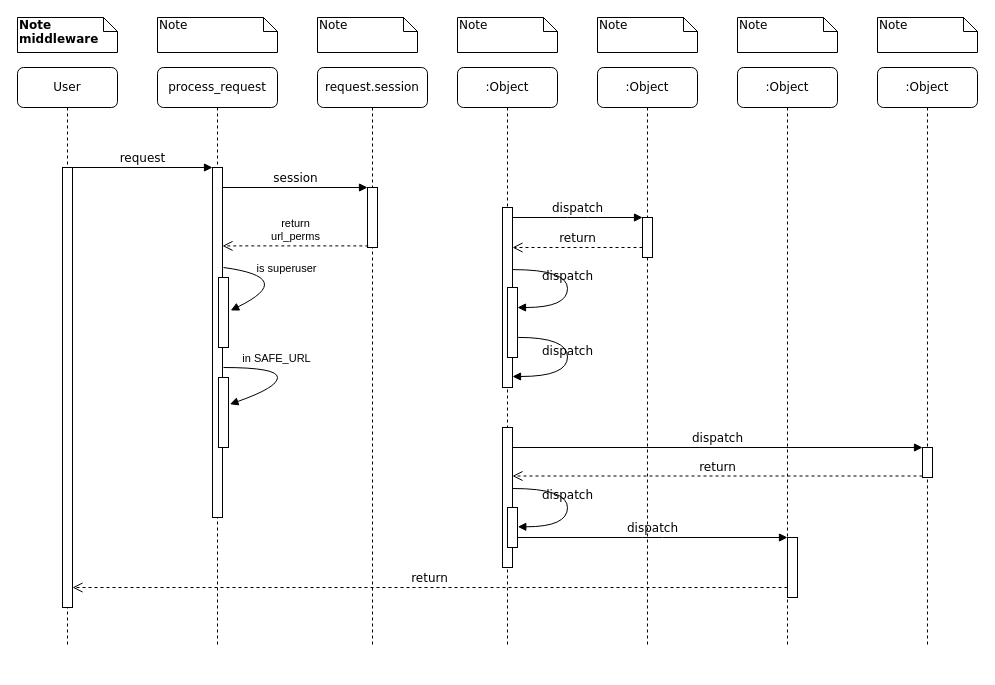
The draw.io diagram HIS-RBAC-Middleware.drawio in YuanchenZhu2020/DrawIO, before the edit. Source tidied: cells renumbered, new cells numbered last; positions are measured from the earlier drawing's top-left corner, leaving out a move shared by most shapes. Both pictures are drawn from the tidied source at 100%, with x=0, y=0 at pixel (17, 17).
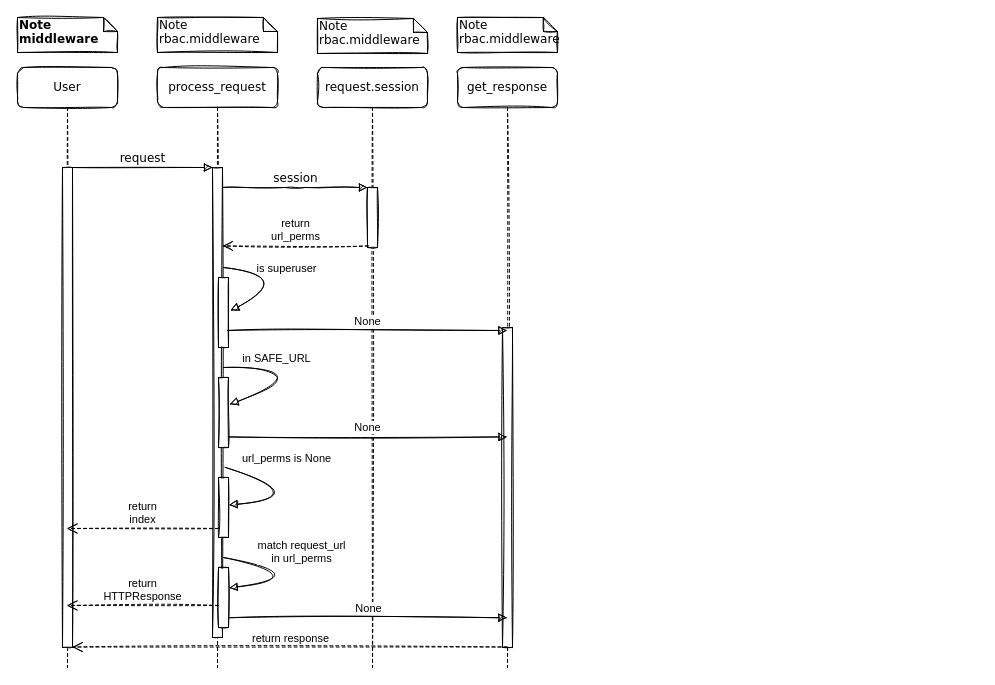
The same diagram, later.

Diff of the diagram source:
```diff
@@
-    <mxCell id="2" value="process_request" style="shape=umlLifeline;perimeter=lifelinePerimeter;whiteSpace=wrap;html=1;rounded=1;shadow=0;comic=0;labelBackgroundColor=none;strokeWidth=1;fontFamily=Verdana;fontSize=12;align=center;" parent="1" vertex="1">
-      <mxGeometry x="140" y="50" width="120" height="580" as="geometry" />
+    <mxCell id="2" value="process_request" style="shape=umlLifeline;perimeter=lifelinePerimeter;whiteSpace=wrap;html=1;rounded=1;shadow=0;comic=0;labelBackgroundColor=none;strokeWidth=1;fontFamily=Verdana;fontSize=12;align=center;sketch=1;" parent="1" vertex="1">
+      <mxGeometry x="140" y="50" width="120" height="600" as="geometry" />
     </mxCell>
-    <mxCell id="3" style="html=1;points=[];perimeter=orthogonalPerimeter;rounded=0;shadow=0;comic=0;labelBackgroundColor=none;strokeWidth=1;fontFamily=Verdana;fontSize=12;align=center;" parent="2" vertex="1">
-      <mxGeometry x="55" y="100" width="10" height="350" as="geometry" />
+    <mxCell id="3" style="html=1;points=[];perimeter=orthogonalPerimeter;rounded=0;shadow=0;comic=0;labelBackgroundColor=none;strokeWidth=1;fontFamily=Verdana;fontSize=12;align=center;sketch=1;" parent="2" vertex="1">
+      <mxGeometry x="55" y="100" width="10" height="470" as="geometry" />
     </mxCell>
-    <mxCell id="4" style="html=1;points=[];perimeter=orthogonalPerimeter;" parent="2" vertex="1">
+    <mxCell id="4" style="html=1;points=[];perimeter=orthogonalPerimeter;sketch=1;" parent="2" vertex="1">
       <mxGeometry x="61" y="210" width="10" height="70" as="geometry" />
     </mxCell>
-    <mxCell id="5" value="is superuser" style="html=1;verticalAlign=bottom;endArrow=block;entryX=1.22;entryY=0.471;entryDx=0;entryDy=0;entryPerimeter=0;curved=1;" parent="2" edge="1" target="4">
+    <mxCell id="5" value="is superuser" style="html=1;verticalAlign=bottom;endArrow=block;entryX=1.22;entryY=0.471;entryDx=0;entryDy=0;entryPerimeter=0;curved=1;sketch=1;" parent="2" edge="1" target="4">
       <mxGeometry x="-0.14" y="-1" relative="1" as="geometry">
         <mxPoint x="66" y="200" as="sourcePoint" />
         <Array as="points">
           <mxPoint x="140" y="210" />
         </Array>
       </mxGeometry>
     </mxCell>
-    <mxCell id="6" style="html=1;points=[];perimeter=orthogonalPerimeter;" parent="2" vertex="1">
+    <mxCell id="6" style="html=1;points=[];perimeter=orthogonalPerimeter;sketch=1;" parent="2" vertex="1">
       <mxGeometry x="61" y="310" width="10" height="70" as="geometry" />
     </mxCell>
-    <mxCell id="7" value="in SAFE_URL" style="html=1;verticalAlign=bottom;endArrow=block;curved=1;entryX=1.14;entryY=0.382;entryDx=0;entryDy=0;entryPerimeter=0;" parent="2" edge="1" target="6">
+    <mxCell id="7" value="in SAFE_URL" style="html=1;verticalAlign=bottom;endArrow=block;curved=1;entryX=1.14;entryY=0.382;entryDx=0;entryDy=0;entryPerimeter=0;sketch=1;" parent="2" edge="1" target="6">
       <mxGeometry x="-0.15" relative="1" as="geometry">
         <mxPoint x="66" y="300" as="sourcePoint" />
         <Array as="points">
           <mxPoint x="120" y="300" />
           <mxPoint x="120" y="320" />
         </Array>
       </mxGeometry>
     </mxCell>
+    <mxCell id="42" style="html=1;points=[];perimeter=orthogonalPerimeter;sketch=1;" parent="2" vertex="1">
+      <mxGeometry x="61" y="410" width="10" height="60" as="geometry" />
+    </mxCell>
+    <mxCell id="43" value="url_perms is None" style="html=1;verticalAlign=bottom;startArrow=none;startFill=0;endArrow=block;startSize=8;entryX=1.06;entryY=0.457;entryDx=0;entryDy=0;entryPerimeter=0;curved=1;exitX=1.26;exitY=0.638;exitDx=0;exitDy=0;exitPerimeter=0;sketch=1;" parent="2" edge="1" source="3" target="42">
+      <mxGeometry x="-0.38" y="19" relative="1" as="geometry">
+        <Array as="points">
+          <mxPoint x="160" y="430" />
+        </Array>
+      </mxGeometry>
+    </mxCell>
+    <mxCell id="44" style="html=1;points=[];perimeter=orthogonalPerimeter;sketch=1;" parent="2" vertex="1">
+      <mxGeometry x="61" y="500" width="10" height="60" as="geometry" />
+    </mxCell>
+    <mxCell id="45" value="match request_url&lt;br&gt;in url_perms" style="html=1;verticalAlign=bottom;endArrow=block;curved=1;entryX=1.06;entryY=0.338;entryDx=0;entryDy=0;entryPerimeter=0;sketch=1;" parent="2" edge="1" target="44">
+      <mxGeometry x="-0.16" y="6" relative="1" as="geometry">
+        <mxPoint x="66" y="490" as="sourcePoint" />
+        <Array as="points">
+          <mxPoint x="160" y="510" />
+        </Array>
+      </mxGeometry>
+    </mxCell>
-    <mxCell id="8" value="request.session" style="shape=umlLifeline;perimeter=lifelinePerimeter;whiteSpace=wrap;html=1;rounded=1;shadow=0;comic=0;labelBackgroundColor=none;strokeWidth=1;fontFamily=Verdana;fontSize=12;align=center;" parent="1" vertex="1">
-      <mxGeometry x="300" y="50" width="110" height="580" as="geometry" />
+    <mxCell id="8" value="request.session" style="shape=umlLifeline;perimeter=lifelinePerimeter;whiteSpace=wrap;html=1;rounded=1;shadow=0;comic=0;labelBackgroundColor=none;strokeWidth=1;fontFamily=Verdana;fontSize=12;align=center;sketch=1;" parent="1" vertex="1">
+      <mxGeometry x="300" y="50" width="110" height="600" as="geometry" />
     </mxCell>
-    <mxCell id="9" style="html=1;points=[];perimeter=orthogonalPerimeter;rounded=0;shadow=0;comic=0;labelBackgroundColor=none;strokeWidth=1;fontFamily=Verdana;fontSize=12;align=center;" parent="8" vertex="1">
+    <mxCell id="9" style="html=1;points=[];perimeter=orthogonalPerimeter;rounded=0;shadow=0;comic=0;labelBackgroundColor=none;strokeWidth=1;fontFamily=Verdana;fontSize=12;align=center;sketch=1;" parent="8" vertex="1">
       <mxGeometry x="50" y="120" width="10" height="60" as="geometry" />
     </mxCell>
-    <mxCell id="10" value=":Object" style="shape=umlLifeline;perimeter=lifelinePerimeter;whiteSpace=wrap;html=1;outlineConnect=0;rounded=1;shadow=0;comic=0;labelBackgroundColor=none;strokeWidth=1;fontFamily=Verdana;fontSize=12;align=center;" parent="1" vertex="1">
-      <mxGeometry x="440" y="50" width="100" height="580" as="geometry" />
+    <mxCell id="10" value="get_response" style="shape=umlLifeline;perimeter=lifelinePerimeter;whiteSpace=wrap;html=1;outlineConnect=0;rounded=1;shadow=0;comic=0;labelBackgroundColor=none;strokeWidth=1;fontFamily=Verdana;fontSize=12;align=center;sketch=1;" parent="1" vertex="1">
+      <mxGeometry x="440" y="50" width="100" height="600" as="geometry" />
     </mxCell>
-    <mxCell id="11" value=":Object" style="shape=umlLifeline;perimeter=lifelinePerimeter;whiteSpace=wrap;html=1;rounded=1;shadow=0;comic=0;labelBackgroundColor=none;strokeWidth=1;fontFamily=Verdana;fontSize=12;align=center;" parent="1" vertex="1">
-      <mxGeometry x="580" y="50" width="100" height="580" as="geometry" />
-    </mxCell>
-    <mxCell id="12" value=":Object" style="shape=umlLifeline;perimeter=lifelinePerimeter;whiteSpace=wrap;html=1;rounded=1;shadow=0;comic=0;labelBackgroundColor=none;strokeWidth=1;fontFamily=Verdana;fontSize=12;align=center;" parent="1" vertex="1">
-      <mxGeometry x="720" y="50" width="100" height="580" as="geometry" />
-    </mxCell>
-    <mxCell id="13" value=":Object" style="shape=umlLifeline;perimeter=lifelinePerimeter;whiteSpace=wrap;html=1;rounded=1;shadow=0;comic=0;labelBackgroundColor=none;strokeWidth=1;fontFamily=Verdana;fontSize=12;align=center;" parent="1" vertex="1">
-      <mxGeometry x="860" y="50" width="100" height="580" as="geometry" />
-    </mxCell>
-    <mxCell id="14" value="User" style="shape=umlLifeline;perimeter=lifelinePerimeter;whiteSpace=wrap;html=1;outlineConnect=0;rounded=1;shadow=0;comic=0;labelBackgroundColor=none;strokeWidth=1;fontFamily=Verdana;fontSize=12;align=center;" parent="1" vertex="1">
-      <mxGeometry y="50" width="100" height="580" as="geometry" />
+    <mxCell id="14" value="User" style="shape=umlLifeline;perimeter=lifelinePerimeter;whiteSpace=wrap;html=1;outlineConnect=0;rounded=1;shadow=0;comic=0;labelBackgroundColor=none;strokeWidth=1;fontFamily=Verdana;fontSize=12;align=center;sketch=1;" parent="1" vertex="1">
+      <mxGeometry y="50" width="100" height="600" as="geometry" />
     </mxCell>
-    <mxCell id="15" style="html=1;points=[];perimeter=orthogonalPerimeter;rounded=0;shadow=0;comic=0;labelBackgroundColor=none;strokeWidth=1;fontFamily=Verdana;fontSize=12;align=center;" parent="14" vertex="1">
-      <mxGeometry x="45" y="100" width="10" height="440" as="geometry" />
+    <mxCell id="15" style="html=1;points=[];perimeter=orthogonalPerimeter;rounded=0;shadow=0;comic=0;labelBackgroundColor=none;strokeWidth=1;fontFamily=Verdana;fontSize=12;align=center;sketch=1;" parent="14" vertex="1">
+      <mxGeometry x="45" y="100" width="10" height="480" as="geometry" />
     </mxCell>
-    <mxCell id="16" style="html=1;points=[];perimeter=orthogonalPerimeter;rounded=0;shadow=0;comic=0;labelBackgroundColor=none;strokeWidth=1;fontFamily=Verdana;fontSize=12;align=center;" parent="1" vertex="1">
-      <mxGeometry x="485" y="190" width="10" height="180" as="geometry" />
+    <mxCell id="16" style="html=1;points=[];perimeter=orthogonalPerimeter;rounded=0;shadow=0;comic=0;labelBackgroundColor=none;strokeWidth=1;fontFamily=Verdana;fontSize=12;align=center;sketch=1;" parent="1" vertex="1">
+      <mxGeometry x="485" y="310" width="10" height="320" as="geometry" />
     </mxCell>
-    <mxCell id="17" style="html=1;points=[];perimeter=orthogonalPerimeter;rounded=0;shadow=0;comic=0;labelBackgroundColor=none;strokeWidth=1;fontFamily=Verdana;fontSize=12;align=center;" parent="1" vertex="1">
-      <mxGeometry x="625" y="200" width="10" height="40" as="geometry" />
-    </mxCell>
-    <mxCell id="18" value="dispatch" style="html=1;verticalAlign=bottom;endArrow=block;entryX=0;entryY=0;labelBackgroundColor=none;fontFamily=Verdana;fontSize=12;edgeStyle=elbowEdgeStyle;elbow=vertical;" parent="1" edge="1" source="16" target="17">
-      <mxGeometry relative="1" as="geometry" />
-    </mxCell>
-    <mxCell id="19" value="return" style="html=1;verticalAlign=bottom;endArrow=open;dashed=1;endSize=8;labelBackgroundColor=none;fontFamily=Verdana;fontSize=12;edgeStyle=elbowEdgeStyle;elbow=vertical;" parent="1" edge="1" source="17" target="16">
-      <mxGeometry relative="1" as="geometry">
-        <Array as="points">
-          <mxPoint x="570" y="230" />
-          <mxPoint x="600" y="230" />
-        </Array>
-      </mxGeometry>
-    </mxCell>
-    <mxCell id="20" style="html=1;points=[];perimeter=orthogonalPerimeter;rounded=0;shadow=0;comic=0;labelBackgroundColor=none;strokeWidth=1;fontFamily=Verdana;fontSize=12;align=center;" parent="1" vertex="1">
-      <mxGeometry x="485" y="410" width="10" height="140" as="geometry" />
-    </mxCell>
-    <mxCell id="21" style="html=1;points=[];perimeter=orthogonalPerimeter;rounded=0;shadow=0;comic=0;labelBackgroundColor=none;strokeColor=#000000;strokeWidth=1;fillColor=#FFFFFF;fontFamily=Verdana;fontSize=12;fontColor=#000000;align=center;" parent="1" vertex="1">
-      <mxGeometry x="905" y="430" width="10" height="30" as="geometry" />
-    </mxCell>
-    <mxCell id="22" value="dispatch" style="html=1;verticalAlign=bottom;endArrow=block;entryX=0;entryY=0;labelBackgroundColor=none;fontFamily=Verdana;fontSize=12;" parent="1" edge="1" source="20" target="21">
-      <mxGeometry relative="1" as="geometry" />
-    </mxCell>
-    <mxCell id="23" value="return" style="html=1;verticalAlign=bottom;endArrow=open;dashed=1;endSize=8;exitX=0;exitY=0.95;labelBackgroundColor=none;fontFamily=Verdana;fontSize=12;" parent="1" edge="1" source="21" target="20">
-      <mxGeometry relative="1" as="geometry" />
-    </mxCell>
-    <mxCell id="24" style="html=1;points=[];perimeter=orthogonalPerimeter;rounded=0;shadow=0;comic=0;labelBackgroundColor=none;strokeWidth=1;fontFamily=Verdana;fontSize=12;align=center;" parent="1" vertex="1">
-      <mxGeometry x="770" y="520" width="10" height="60" as="geometry" />
-    </mxCell>
-    <mxCell id="25" value="dispatch" style="html=1;verticalAlign=bottom;endArrow=block;entryX=0;entryY=0;labelBackgroundColor=none;fontFamily=Verdana;fontSize=12;edgeStyle=elbowEdgeStyle;elbow=vertical;" parent="1" edge="1" source="32" target="24">
-      <mxGeometry relative="1" as="geometry" />
-    </mxCell>
-    <mxCell id="26" value="return" style="html=1;verticalAlign=bottom;endArrow=open;dashed=1;endSize=8;labelBackgroundColor=none;fontFamily=Verdana;fontSize=12;edgeStyle=elbowEdgeStyle;elbow=vertical;" parent="1" edge="1" source="24" target="15">
-      <mxGeometry relative="1" as="geometry">
-        <Array as="points">
-          <mxPoint x="470" y="570" />
-        </Array>
-      </mxGeometry>
-    </mxCell>
-    <mxCell id="27" value="request" style="html=1;verticalAlign=bottom;endArrow=block;entryX=0;entryY=0;labelBackgroundColor=none;fontFamily=Verdana;fontSize=12;edgeStyle=elbowEdgeStyle;elbow=vertical;" parent="1" edge="1" source="15" target="3">
+    <mxCell id="27" value="request" style="html=1;verticalAlign=bottom;endArrow=block;entryX=0;entryY=0;labelBackgroundColor=none;fontFamily=Verdana;fontSize=12;edgeStyle=elbowEdgeStyle;elbow=vertical;sketch=1;" parent="1" edge="1" source="15" target="3">
       <mxGeometry relative="1" as="geometry" />
     </mxCell>
-    <mxCell id="28" value="session" style="html=1;verticalAlign=bottom;endArrow=block;entryX=0;entryY=0;labelBackgroundColor=none;fontFamily=Verdana;fontSize=12;edgeStyle=elbowEdgeStyle;elbow=vertical;" parent="1" edge="1" source="3" target="9">
+    <mxCell id="28" value="session" style="html=1;verticalAlign=bottom;endArrow=block;entryX=0;entryY=0;labelBackgroundColor=none;fontFamily=Verdana;fontSize=12;edgeStyle=elbowEdgeStyle;elbow=vertical;sketch=1;" parent="1" edge="1" source="3" target="9">
       <mxGeometry relative="1" as="geometry" />
     </mxCell>
-    <mxCell id="29" style="html=1;points=[];perimeter=orthogonalPerimeter;rounded=0;shadow=0;comic=0;labelBackgroundColor=none;strokeWidth=1;fontFamily=Verdana;fontSize=12;align=center;" parent="1" vertex="1">
-      <mxGeometry x="490" y="270" width="10" height="70" as="geometry" />
-    </mxCell>
-    <mxCell id="30" value="dispatch" style="html=1;verticalAlign=bottom;endArrow=block;labelBackgroundColor=none;fontFamily=Verdana;fontSize=12;elbow=vertical;edgeStyle=orthogonalEdgeStyle;curved=1;entryX=1;entryY=0.286;entryPerimeter=0;exitX=1.038;exitY=0.345;exitPerimeter=0;" parent="1" edge="1" source="16" target="29">
-      <mxGeometry relative="1" as="geometry">
-        <Array as="points">
-          <mxPoint x="550" y="252" />
-          <mxPoint x="550" y="290" />
-        </Array>
-      </mxGeometry>
-    </mxCell>
-    <mxCell id="31" value="dispatch" style="html=1;verticalAlign=bottom;endArrow=block;labelBackgroundColor=none;fontFamily=Verdana;fontSize=12;elbow=vertical;edgeStyle=orthogonalEdgeStyle;curved=1;exitX=1.066;exitY=0.713;exitPerimeter=0;" parent="1" edge="1" source="29">
-      <mxGeometry relative="1" as="geometry">
-        <mxPoint x="495" y="359" as="targetPoint" />
-        <Array as="points">
-          <mxPoint x="550" y="320" />
-          <mxPoint x="550" y="359" />
-        </Array>
-      </mxGeometry>
-    </mxCell>
-    <mxCell id="32" style="html=1;points=[];perimeter=orthogonalPerimeter;rounded=0;shadow=0;comic=0;labelBackgroundColor=none;strokeWidth=1;fontFamily=Verdana;fontSize=12;align=center;" parent="1" vertex="1">
-      <mxGeometry x="490" y="490" width="10" height="40" as="geometry" />
-    </mxCell>
-    <mxCell id="33" value="dispatch" style="html=1;verticalAlign=bottom;endArrow=block;labelBackgroundColor=none;fontFamily=Verdana;fontSize=12;elbow=vertical;edgeStyle=orthogonalEdgeStyle;curved=1;entryX=1;entryY=0.286;entryPerimeter=0;exitX=1.038;exitY=0.345;exitPerimeter=0;" parent="1" edge="1">
-      <mxGeometry relative="1" as="geometry">
-        <mxPoint x="495.3" y="471" as="sourcePoint" />
-        <mxPoint x="500.3" y="509.3" as="targetPoint" />
-        <Array as="points">
-          <mxPoint x="550" y="471" />
-          <mxPoint x="550" y="509" />
-        </Array>
-      </mxGeometry>
-    </mxCell>
-    <mxCell id="34" value="&lt;b&gt;Note&lt;br&gt;middleware&lt;/b&gt;" style="shape=note;whiteSpace=wrap;html=1;size=14;verticalAlign=top;align=left;spacingTop=-6;rounded=0;shadow=0;comic=0;labelBackgroundColor=none;strokeWidth=1;fontFamily=Verdana;fontSize=12;" parent="1" vertex="1">
+    <mxCell id="34" value="&lt;b&gt;Note&lt;br&gt;middleware&lt;/b&gt;" style="shape=note;whiteSpace=wrap;html=1;size=14;verticalAlign=top;align=left;spacingTop=-6;rounded=0;shadow=0;comic=0;labelBackgroundColor=none;strokeWidth=1;fontFamily=Verdana;fontSize=12;sketch=1;" parent="1" vertex="1">
       <mxGeometry width="100" height="35" as="geometry" />
     </mxCell>
-    <mxCell id="35" value="Note" style="shape=note;whiteSpace=wrap;html=1;size=14;verticalAlign=top;align=left;spacingTop=-6;rounded=0;shadow=0;comic=0;labelBackgroundColor=none;strokeWidth=1;fontFamily=Verdana;fontSize=12;" parent="1" vertex="1">
+    <mxCell id="35" value="Note&lt;br&gt;rbac.middleware" style="shape=note;whiteSpace=wrap;html=1;size=14;verticalAlign=top;align=left;spacingTop=-6;rounded=0;shadow=0;comic=0;labelBackgroundColor=none;strokeWidth=1;fontFamily=Verdana;fontSize=12;sketch=1;" parent="1" vertex="1">
       <mxGeometry x="140" width="120" height="35" as="geometry" />
     </mxCell>
-    <mxCell id="36" value="Note" style="shape=note;whiteSpace=wrap;html=1;size=14;verticalAlign=top;align=left;spacingTop=-6;rounded=0;shadow=0;comic=0;labelBackgroundColor=none;strokeWidth=1;fontFamily=Verdana;fontSize=12;" parent="1" vertex="1">
-      <mxGeometry x="300" width="100" height="35" as="geometry" />
+    <mxCell id="36" value="Note&lt;br&gt;rbac.middleware" style="shape=note;whiteSpace=wrap;html=1;size=14;verticalAlign=top;align=left;spacingTop=-6;rounded=0;shadow=0;comic=0;labelBackgroundColor=none;strokeWidth=1;fontFamily=Verdana;fontSize=12;sketch=1;" parent="1" vertex="1">
+      <mxGeometry x="300" y="1" width="110" height="35" as="geometry" />
     </mxCell>
-    <mxCell id="37" value="Note" style="shape=note;whiteSpace=wrap;html=1;size=14;verticalAlign=top;align=left;spacingTop=-6;rounded=0;shadow=0;comic=0;labelBackgroundColor=none;strokeWidth=1;fontFamily=Verdana;fontSize=12;" parent="1" vertex="1">
+    <mxCell id="37" value="Note&lt;br&gt;rbac.middleware" style="shape=note;whiteSpace=wrap;html=1;size=14;verticalAlign=top;align=left;spacingTop=-6;rounded=0;shadow=0;comic=0;labelBackgroundColor=none;strokeWidth=1;fontFamily=Verdana;fontSize=12;sketch=1;" parent="1" vertex="1">
       <mxGeometry x="440" width="100" height="35" as="geometry" />
     </mxCell>
-    <mxCell id="38" value="Note" style="shape=note;whiteSpace=wrap;html=1;size=14;verticalAlign=top;align=left;spacingTop=-6;rounded=0;shadow=0;comic=0;labelBackgroundColor=none;strokeWidth=1;fontFamily=Verdana;fontSize=12;" parent="1" vertex="1">
-      <mxGeometry x="580" width="100" height="35" as="geometry" />
-    </mxCell>
-    <mxCell id="39" value="Note" style="shape=note;whiteSpace=wrap;html=1;size=14;verticalAlign=top;align=left;spacingTop=-6;rounded=0;shadow=0;comic=0;labelBackgroundColor=none;strokeWidth=1;fontFamily=Verdana;fontSize=12;" parent="1" vertex="1">
-      <mxGeometry x="720" width="100" height="35" as="geometry" />
-    </mxCell>
-    <mxCell id="40" value="Note" style="shape=note;whiteSpace=wrap;html=1;size=14;verticalAlign=top;align=left;spacingTop=-6;rounded=0;shadow=0;comic=0;labelBackgroundColor=none;strokeWidth=1;fontFamily=Verdana;fontSize=12;" parent="1" vertex="1">
-      <mxGeometry x="860" width="100" height="35" as="geometry" />
-    </mxCell>
-    <mxCell id="41" value="return&lt;br&gt;url_perms" style="html=1;verticalAlign=bottom;endArrow=open;dashed=1;endSize=8;exitX=0.08;exitY=0.49;exitDx=0;exitDy=0;exitPerimeter=0;" parent="1" edge="1">
+    <mxCell id="41" value="return&lt;br&gt;url_perms" style="html=1;verticalAlign=bottom;endArrow=open;dashed=1;endSize=8;exitX=0.08;exitY=0.49;exitDx=0;exitDy=0;exitPerimeter=0;sketch=1;" parent="1" edge="1">
       <mxGeometry relative="1" as="geometry">
         <mxPoint x="350.8" y="228.4" as="sourcePoint" />
         <mxPoint x="205" y="228.4" as="targetPoint" />
       </mxGeometry>
     </mxCell>
+    <mxCell id="46" value="return&lt;br&gt;index" style="html=1;verticalAlign=bottom;endArrow=open;dashed=1;endSize=8;sketch=1;" parent="1" edge="1" target="14">
+      <mxGeometry relative="1" as="geometry">
+        <mxPoint x="201" y="511" as="sourcePoint" />
+      </mxGeometry>
+    </mxCell>
+    <mxCell id="47" value="return&lt;br&gt;HTTPResponse" style="html=1;verticalAlign=bottom;endArrow=open;dashed=1;endSize=8;sketch=1;" parent="1" edge="1">
+      <mxGeometry relative="1" as="geometry">
+        <mxPoint x="201" y="588" as="sourcePoint" />
+        <mxPoint x="49.5" y="588" as="targetPoint" />
+      </mxGeometry>
+    </mxCell>
+    <mxCell id="48" value="None" style="html=1;verticalAlign=bottom;endArrow=block;exitX=0.9;exitY=0.757;exitDx=0;exitDy=0;exitPerimeter=0;sketch=1;" parent="1" edge="1" source="4" target="10">
+      <mxGeometry relative="1" as="geometry" />
+    </mxCell>
+    <mxCell id="49" value="None" style="html=1;verticalAlign=bottom;endArrow=block;exitX=0.98;exitY=0.849;exitDx=0;exitDy=0;exitPerimeter=0;sketch=1;" parent="1" edge="1" source="6" target="10">
+      <mxGeometry relative="1" as="geometry" />
+    </mxCell>
+    <mxCell id="50" value="None" style="html=1;verticalAlign=bottom;endArrow=block;exitX=1.14;exitY=0.837;exitDx=0;exitDy=0;exitPerimeter=0;sketch=1;" parent="1" edge="1" source="44" target="10">
+      <mxGeometry relative="1" as="geometry" />
+    </mxCell>
+    <mxCell id="51" value="return response" style="html=1;verticalAlign=bottom;endArrow=open;dashed=1;endSize=8;entryX=0.98;entryY=0.999;entryDx=0;entryDy=0;entryPerimeter=0;sketch=1;" parent="1" edge="1" source="10" target="15">
+      <mxGeometry relative="1" as="geometry" />
+    </mxCell>
```
